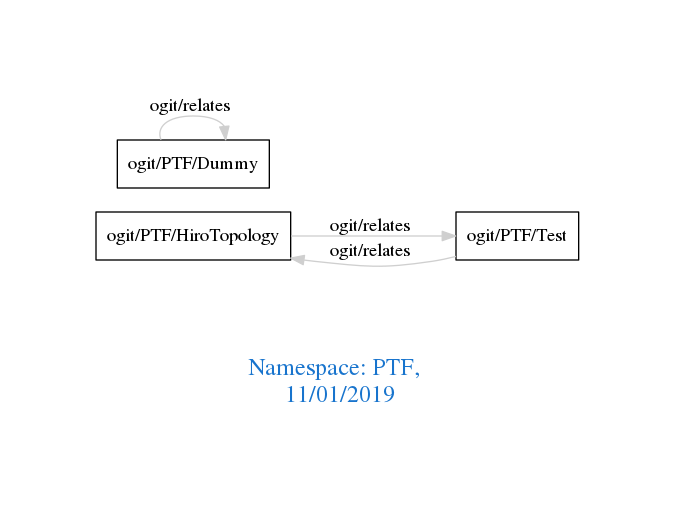
The Graphviz diagram downloads/PTF.png in arago/OGIT, before a commit. Its source is kept beside it as downloads/PTF.dot. The source it was exported from:
```dot
digraph OGIT_ontology {
 graph [ rankdir= LR,pad=1
fontsize = 18,
fontcolor= dodgerblue3,label = "\n\n\nNamespace: PTF, \n 11/01/2019"];
node[shape=polygon];
edge [  color="gray81"];

   "ogit/PTF/HiroTopology" -> "ogit/PTF/Test" [label="   ogit/relates    "];
   "ogit/PTF/Test" -> "ogit/PTF/HiroTopology" [label="   ogit/relates    "];
   "ogit/PTF/Dummy" -> "ogit/PTF/Dummy" [label="   ogit/relates    "];
}
```
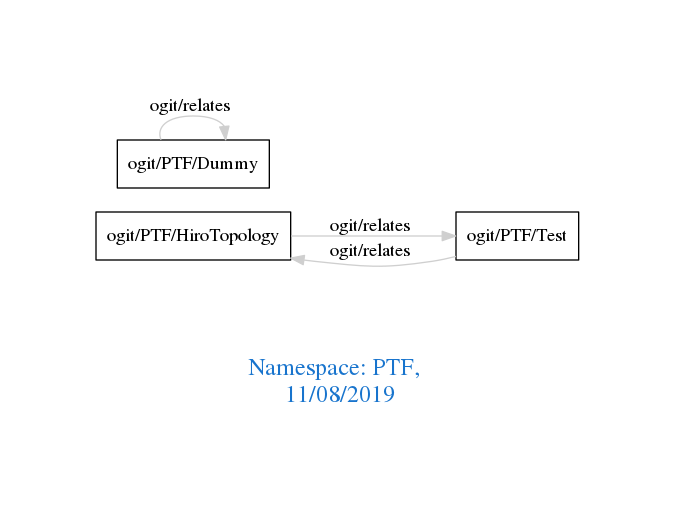
After the change.

Diff of the diagram source:
```diff
@@ -1,7 +1,7 @@
 digraph OGIT_ontology {
  graph [ rankdir= LR,pad=1
 fontsize = 18,
-fontcolor= dodgerblue3,label = "\n\n\nNamespace: PTF, \n 11/01/2019"];
+fontcolor= dodgerblue3,label = "\n\n\nNamespace: PTF, \n 11/08/2019"];
 node[shape=polygon];
 edge [  color="gray81"];
 
```
